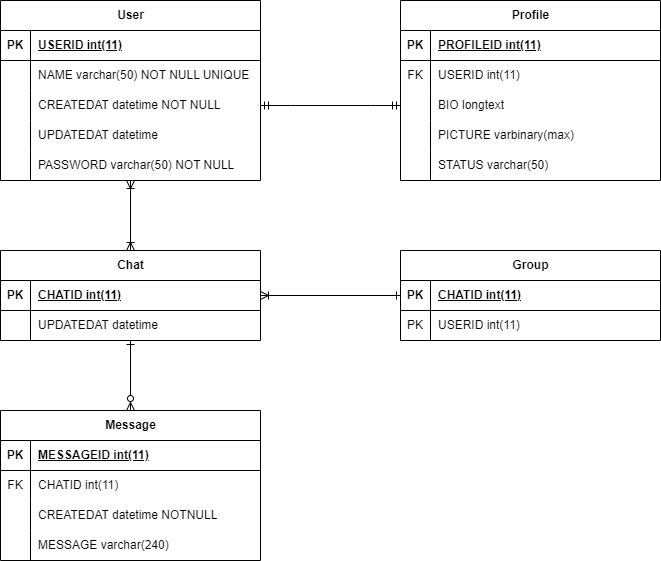
The draw.io diagram ERD.drawio.png in qwerty084/LF8, before a commit. Source tidied: cells renumbered, new cells last; positions are measured from the earlier drawing's top-left corner, leaving out a move shared by most shapes.
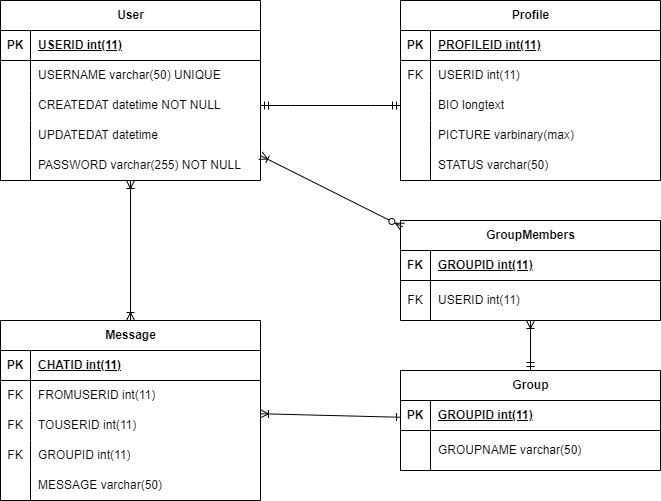
The same diagram one commit later.

Diff of the diagram source:
```diff
@@ -1,4 +1,4 @@
-<mxGraphModel background="#ffffff">
+<mxGraphModel>
   <root>
     <mxCell id="0" />
     <mxCell id="1" parent="0" />
@@ -20,7 +20,7 @@
     <mxCell id="7" style="shape=partialRectangle;fillColor=none;top=0;left=0;bottom=0;right=0;overflow=hidden;whiteSpace=wrap;html=1;" parent="6" vertex="1">
       <mxGeometry width="30" height="30" as="geometry" />
     </mxCell>
-    <mxCell id="8" value="NAME varchar(50) NOT NULL UNIQUE" style="shape=partialRectangle;fillColor=none;top=0;left=0;bottom=0;right=0;align=left;spacingLeft=6;overflow=hidden;whiteSpace=wrap;html=1;" parent="6" vertex="1">
+    <mxCell id="8" value="USERNAME varchar(50) UNIQUE" style="shape=partialRectangle;fillColor=none;top=0;left=0;bottom=0;right=0;align=left;spacingLeft=6;overflow=hidden;whiteSpace=wrap;html=1;" parent="6" vertex="1">
       <mxGeometry x="30" width="230" height="30" as="geometry" />
     </mxCell>
     <mxCell id="9" style="shape=tableRow;horizontal=0;startSize=0;swimlaneHead=0;swimlaneBody=0;fillColor=none;points=[[0,0.5],[1,0.5]];portConstraint=eastwest;top=0;left=0;right=0;bottom=0;" parent="2" vertex="1">
@@ -47,7 +47,7 @@
     <mxCell id="16" style="shape=partialRectangle;fillColor=none;top=0;left=0;bottom=0;right=0;overflow=hidden;whiteSpace=wrap;html=1;" parent="15" vertex="1">
       <mxGeometry width="30" height="30" as="geometry" />
     </mxCell>
-    <mxCell id="17" value="PASSWORD varchar(50) NOT NULL" style="shape=partialRectangle;fillColor=none;top=0;left=0;bottom=0;right=0;align=left;spacingLeft=6;overflow=hidden;whiteSpace=wrap;html=1;" parent="15" vertex="1">
+    <mxCell id="17" value="PASSWORD varchar(255) NOT NULL" style="shape=partialRectangle;fillColor=none;top=0;left=0;bottom=0;right=0;align=left;spacingLeft=6;overflow=hidden;whiteSpace=wrap;html=1;" parent="15" vertex="1">
       <mxGeometry x="30" width="230" height="30" as="geometry" />
     </mxCell>
     <mxCell id="18" value="Profile" style="shape=table;startSize=30;rowLines=0;fontStyle=1;align=center;html=1;" parent="1" vertex="1">
@@ -98,8 +98,8 @@
     <mxCell id="33" value="STATUS varchar(50)" style="shape=partialRectangle;fillColor=none;top=0;left=0;bottom=0;right=0;align=left;spacingLeft=6;overflow=hidden;whiteSpace=wrap;html=1;" parent="31" vertex="1">
       <mxGeometry x="30" width="230" height="30" as="geometry" />
     </mxCell>
-    <mxCell id="34" value="Chat" style="shape=table;startSize=30;rowLines=0;fontStyle=1;align=center;html=1;" parent="1" vertex="1">
-      <mxGeometry y="250" width="260" height="90" as="geometry" />
+    <mxCell id="34" value="Message" style="shape=table;startSize=30;rowLines=0;fontStyle=1;align=center;html=1;" parent="1" vertex="1">
+      <mxGeometry y="320" width="260" height="180" as="geometry" />
     </mxCell>
     <mxCell id="35" style="shape=tableRow;horizontal=0;startSize=0;swimlaneHead=0;swimlaneBody=0;fillColor=none;top=0;left=0;right=0;bottom=1;" parent="34" vertex="1">
       <mxGeometry y="30" width="260" height="30" as="geometry" />
@@ -110,17 +110,44 @@
     <mxCell id="37" value="CHATID int(11)" style="shape=partialRectangle;fillColor=none;top=0;left=0;bottom=0;right=0;align=left;spacingLeft=6;fontStyle=5;overflow=hidden;whiteSpace=wrap;html=1;" parent="35" vertex="1">
       <mxGeometry x="30" width="230" height="30" as="geometry" />
     </mxCell>
+    <mxCell id="52" style="shape=tableRow;horizontal=0;startSize=0;swimlaneHead=0;swimlaneBody=0;fillColor=none;top=0;left=0;right=0;bottom=0;" parent="34" vertex="1">
+      <mxGeometry y="60" width="260" height="30" as="geometry" />
+    </mxCell>
+    <mxCell id="66" value="FK" style="shape=partialRectangle;fillColor=none;top=0;left=0;bottom=0;right=0;overflow=hidden;whiteSpace=wrap;html=1;" parent="52" vertex="1">
+      <mxGeometry width="30" height="30" as="geometry" />
+    </mxCell>
+    <mxCell id="67" value="FROMUSERID int(11)" style="shape=partialRectangle;fillColor=none;top=0;left=0;bottom=0;right=0;align=left;spacingLeft=6;overflow=hidden;whiteSpace=wrap;html=1;" parent="52" vertex="1">
+      <mxGeometry x="30" width="230" height="30" as="geometry" />
+    </mxCell>
+    <mxCell id="55" style="shape=tableRow;horizontal=0;startSize=0;swimlaneHead=0;swimlaneBody=0;fillColor=none;top=0;left=0;right=0;bottom=0;" parent="34" vertex="1">
+      <mxGeometry y="90" width="260" height="30" as="geometry" />
+    </mxCell>
+    <mxCell id="68" value="FK" style="shape=partialRectangle;fillColor=none;top=0;left=0;bottom=0;right=0;overflow=hidden;whiteSpace=wrap;html=1;" parent="55" vertex="1">
+      <mxGeometry width="30" height="30" as="geometry" />
+    </mxCell>
+    <mxCell id="69" value="TOUSERID int(11)" style="shape=partialRectangle;fillColor=none;top=0;left=0;bottom=0;right=0;align=left;spacingLeft=6;overflow=hidden;whiteSpace=wrap;html=1;" parent="55" vertex="1">
+      <mxGeometry x="30" width="230" height="30" as="geometry" />
+    </mxCell>
     <mxCell id="38" style="shape=tableRow;horizontal=0;startSize=0;swimlaneHead=0;swimlaneBody=0;fillColor=none;top=0;left=0;right=0;bottom=0;" parent="34" vertex="1">
-      <mxGeometry y="60" width="260" height="30" as="geometry" />
+      <mxGeometry y="120" width="260" height="30" as="geometry" />
     </mxCell>
-    <mxCell id="39" style="shape=partialRectangle;fillColor=none;top=0;left=0;bottom=0;right=0;overflow=hidden;whiteSpace=wrap;html=1;" parent="38" vertex="1">
+    <mxCell id="39" value="FK" style="shape=partialRectangle;fillColor=none;top=0;left=0;bottom=0;right=0;overflow=hidden;whiteSpace=wrap;html=1;" parent="38" vertex="1">
       <mxGeometry width="30" height="30" as="geometry" />
     </mxCell>
-    <mxCell id="40" value="UPDATEDAT datetime" style="shape=partialRectangle;fillColor=none;top=0;left=0;bottom=0;right=0;align=left;spacingLeft=6;overflow=hidden;whiteSpace=wrap;html=1;" parent="38" vertex="1">
+    <mxCell id="40" value="GROUPID int(11)" style="shape=partialRectangle;fillColor=none;top=0;left=0;bottom=0;right=0;align=left;spacingLeft=6;overflow=hidden;whiteSpace=wrap;html=1;" parent="38" vertex="1">
       <mxGeometry x="30" width="230" height="30" as="geometry" />
     </mxCell>
+    <mxCell id="70" style="shape=tableRow;horizontal=0;startSize=0;swimlaneHead=0;swimlaneBody=0;fillColor=none;top=0;left=0;right=0;bottom=0;" parent="34" vertex="1">
+      <mxGeometry y="150" width="260" height="30" as="geometry" />
+    </mxCell>
+    <mxCell id="71" style="shape=partialRectangle;fillColor=none;top=0;left=0;bottom=0;right=0;overflow=hidden;whiteSpace=wrap;html=1;" parent="70" vertex="1">
+      <mxGeometry width="30" height="30" as="geometry" />
+    </mxCell>
+    <mxCell id="72" value="MESSAGE varchar(50)" style="shape=partialRectangle;fillColor=none;top=0;left=0;bottom=0;right=0;align=left;spacingLeft=6;overflow=hidden;whiteSpace=wrap;html=1;" parent="70" vertex="1">
+      <mxGeometry x="30" width="230" height="30" as="geometry" />
+    </mxCell>
     <mxCell id="41" value="Group" style="shape=table;startSize=30;rowLines=0;fontStyle=1;align=center;html=1;" parent="1" vertex="1">
-      <mxGeometry x="400" y="250" width="260" height="90" as="geometry" />
+      <mxGeometry x="400" y="370" width="260" height="100" as="geometry" />
     </mxCell>
     <mxCell id="42" style="shape=tableRow;horizontal=0;startSize=0;swimlaneHead=0;swimlaneBody=0;fillColor=none;top=0;left=0;right=0;bottom=1;" parent="41" vertex="1">
       <mxGeometry y="30" width="260" height="30" as="geometry" />
@@ -128,57 +155,18 @@
     <mxCell id="43" value="PK" style="shape=partialRectangle;fillColor=none;top=0;left=0;bottom=0;right=0;fontStyle=1;overflow=hidden;whiteSpace=wrap;html=1;" parent="42" vertex="1">
       <mxGeometry width="30" height="30" as="geometry" />
     </mxCell>
-    <mxCell id="44" value="CHATID int(11)" style="shape=partialRectangle;fillColor=none;top=0;left=0;bottom=0;right=0;align=left;spacingLeft=6;fontStyle=5;overflow=hidden;whiteSpace=wrap;html=1;" parent="42" vertex="1">
+    <mxCell id="44" value="GROUPID int(11)" style="shape=partialRectangle;fillColor=none;top=0;left=0;bottom=0;right=0;align=left;spacingLeft=6;fontStyle=5;overflow=hidden;whiteSpace=wrap;html=1;" parent="42" vertex="1">
       <mxGeometry x="30" width="230" height="30" as="geometry" />
     </mxCell>
     <mxCell id="45" style="shape=tableRow;horizontal=0;startSize=0;swimlaneHead=0;swimlaneBody=0;fillColor=none;top=0;left=0;right=0;bottom=0;" parent="41" vertex="1">
-      <mxGeometry y="60" width="260" height="30" as="geometry" />
+      <mxGeometry y="60" width="260" height="40" as="geometry" />
     </mxCell>
-    <mxCell id="46" value="PK" style="shape=partialRectangle;fillColor=none;top=0;left=0;bottom=0;right=0;overflow=hidden;whiteSpace=wrap;html=1;" parent="45" vertex="1">
-      <mxGeometry width="30" height="30" as="geometry" />
+    <mxCell id="46" value="&lt;br&gt;" style="shape=partialRectangle;fillColor=none;top=0;left=0;bottom=0;right=0;overflow=hidden;whiteSpace=wrap;html=1;" parent="45" vertex="1">
+      <mxGeometry width="30" height="40" as="geometry" />
     </mxCell>
-    <mxCell id="47" value="USERID int(11)" style="shape=partialRectangle;fillColor=none;top=0;left=0;bottom=0;right=0;align=left;spacingLeft=6;overflow=hidden;whiteSpace=wrap;html=1;" parent="45" vertex="1">
-      <mxGeometry x="30" width="230" height="30" as="geometry" />
+    <mxCell id="47" value="GROUPNAME varchar(50)" style="shape=partialRectangle;fillColor=none;top=0;left=0;bottom=0;right=0;align=left;spacingLeft=6;overflow=hidden;whiteSpace=wrap;html=1;" parent="45" vertex="1">
+      <mxGeometry x="30" width="230" height="40" as="geometry" />
     </mxCell>
-    <mxCell id="48" value="Message" style="shape=table;startSize=30;rowLines=0;fontStyle=1;align=center;html=1;" parent="1" vertex="1">
-      <mxGeometry y="410" width="260" height="150" as="geometry" />
-    </mxCell>
-    <mxCell id="49" style="shape=tableRow;horizontal=0;startSize=0;swimlaneHead=0;swimlaneBody=0;fillColor=none;top=0;left=0;right=0;bottom=1;" parent="48" vertex="1">
-      <mxGeometry y="30" width="260" height="30" as="geometry" />
-    </mxCell>
-    <mxCell id="50" value="PK" style="shape=partialRectangle;fillColor=none;top=0;left=0;bottom=0;right=0;fontStyle=1;overflow=hidden;whiteSpace=wrap;html=1;" parent="49" vertex="1">
-      <mxGeometry width="30" height="30" as="geometry" />
-    </mxCell>
-    <mxCell id="51" value="MESSAGEID int(11)" style="shape=partialRectangle;fillColor=none;top=0;left=0;bottom=0;right=0;align=left;spacingLeft=6;fontStyle=5;overflow=hidden;whiteSpace=wrap;html=1;" parent="49" vertex="1">
-      <mxGeometry x="30" width="230" height="30" as="geometry" />
-    </mxCell>
-    <mxCell id="52" style="shape=tableRow;horizontal=0;startSize=0;swimlaneHead=0;swimlaneBody=0;fillColor=none;top=0;left=0;right=0;bottom=0;" parent="48" vertex="1">
-      <mxGeometry y="60" width="260" height="30" as="geometry" />
-    </mxCell>
-    <mxCell id="53" value="FK&lt;br&gt;" style="shape=partialRectangle;fillColor=none;top=0;left=0;bottom=0;right=0;overflow=hidden;whiteSpace=wrap;html=1;" parent="52" vertex="1">
-      <mxGeometry width="30" height="30" as="geometry" />
-    </mxCell>
-    <mxCell id="54" value="CHATID int(11)" style="shape=partialRectangle;fillColor=none;top=0;left=0;bottom=0;right=0;align=left;spacingLeft=6;overflow=hidden;whiteSpace=wrap;html=1;" parent="52" vertex="1">
-      <mxGeometry x="30" width="230" height="30" as="geometry" />
-    </mxCell>
-    <mxCell id="55" style="shape=tableRow;horizontal=0;startSize=0;swimlaneHead=0;swimlaneBody=0;fillColor=none;top=0;left=0;right=0;bottom=0;" parent="48" vertex="1">
-      <mxGeometry y="90" width="260" height="30" as="geometry" />
-    </mxCell>
-    <mxCell id="56" style="shape=partialRectangle;fillColor=none;top=0;left=0;bottom=0;right=0;overflow=hidden;whiteSpace=wrap;html=1;" parent="55" vertex="1">
-      <mxGeometry width="30" height="30" as="geometry" />
-    </mxCell>
-    <mxCell id="57" value="CREATEDAT datetime NOTNULL" style="shape=partialRectangle;fillColor=none;top=0;left=0;bottom=0;right=0;align=left;spacingLeft=6;overflow=hidden;whiteSpace=wrap;html=1;" parent="55" vertex="1">
-      <mxGeometry x="30" width="230" height="30" as="geometry" />
-    </mxCell>
-    <mxCell id="58" style="shape=tableRow;horizontal=0;startSize=0;swimlaneHead=0;swimlaneBody=0;fillColor=none;top=0;left=0;right=0;bottom=0;" parent="48" vertex="1">
-      <mxGeometry y="120" width="260" height="30" as="geometry" />
-    </mxCell>
-    <mxCell id="59" style="shape=partialRectangle;fillColor=none;top=0;left=0;bottom=0;right=0;overflow=hidden;whiteSpace=wrap;html=1;" parent="58" vertex="1">
-      <mxGeometry width="30" height="30" as="geometry" />
-    </mxCell>
-    <mxCell id="60" value="MESSAGE varchar(240)" style="shape=partialRectangle;fillColor=none;top=0;left=0;bottom=0;right=0;align=left;spacingLeft=6;overflow=hidden;whiteSpace=wrap;html=1;" parent="58" vertex="1">
-      <mxGeometry x="30" width="230" height="30" as="geometry" />
-    </mxCell>
     <mxCell id="61" style="edgeStyle=entityRelationEdgeStyle;fontSize=12;html=1;endArrow=ERmandOne;startArrow=ERmandOne;rounded=0;" parent="1" edge="1" source="9" target="25">
       <mxGeometry relative="1" as="geometry" />
     </mxCell>
@@ -188,11 +176,35 @@
     <mxCell id="63" style="edgeStyle=none;jettySize=auto;html=1;rounded=0;startArrow=ERoneToMany;startFill=0;endArrow=ERoneToMany;endFill=0;" parent="1" edge="1" source="2" target="34">
       <mxGeometry relative="1" as="geometry" />
     </mxCell>
-    <mxCell id="64" style="edgeStyle=none;jettySize=auto;html=1;rounded=0;startArrow=ERone;startFill=0;endArrow=ERzeroToMany;endFill=0;" parent="1" edge="1" source="34" target="48">
-      <mxGeometry relative="1" as="geometry" />
-    </mxCell>
     <mxCell id="65" style="edgeStyle=none;jettySize=auto;html=1;rounded=0;endArrow=ERone;endFill=0;startArrow=ERoneToMany;startFill=0;" parent="1" edge="1" source="34" target="41">
       <mxGeometry relative="1" as="geometry" />
     </mxCell>
+    <mxCell id="73" value="GroupMembers" style="shape=table;startSize=30;rowLines=0;fontStyle=1;align=center;html=1;" parent="1" vertex="1">
+      <mxGeometry x="400" y="220" width="260" height="100" as="geometry" />
+    </mxCell>
+    <mxCell id="49" style="shape=tableRow;horizontal=0;startSize=0;swimlaneHead=0;swimlaneBody=0;fillColor=none;top=0;left=0;right=0;bottom=1;" parent="73" vertex="1">
+      <mxGeometry y="30" width="260" height="30" as="geometry" />
+    </mxCell>
+    <mxCell id="74" value="FK&lt;span style=&quot;white-space: pre;&quot;&gt;&#9;&lt;/span&gt;" style="shape=partialRectangle;fillColor=none;top=0;left=0;bottom=0;right=0;fontStyle=1;overflow=hidden;whiteSpace=wrap;html=1;" parent="49" vertex="1">
+      <mxGeometry width="30" height="30" as="geometry" />
+    </mxCell>
+    <mxCell id="75" value="GROUPID int(11)" style="shape=partialRectangle;fillColor=none;top=0;left=0;bottom=0;right=0;align=left;spacingLeft=6;fontStyle=5;overflow=hidden;whiteSpace=wrap;html=1;" parent="49" vertex="1">
+      <mxGeometry x="30" width="230" height="30" as="geometry" />
+    </mxCell>
+    <mxCell id="76" style="shape=tableRow;horizontal=0;startSize=0;swimlaneHead=0;swimlaneBody=0;fillColor=none;top=0;left=0;right=0;bottom=0;" parent="73" vertex="1">
+      <mxGeometry y="60" width="260" height="40" as="geometry" />
+    </mxCell>
+    <mxCell id="77" value="FK" style="shape=partialRectangle;fillColor=none;top=0;left=0;bottom=0;right=0;overflow=hidden;whiteSpace=wrap;html=1;" parent="76" vertex="1">
+      <mxGeometry width="30" height="40" as="geometry" />
+    </mxCell>
+    <mxCell id="78" value="USERID int(11)" style="shape=partialRectangle;fillColor=none;top=0;left=0;bottom=0;right=0;align=left;spacingLeft=6;overflow=hidden;whiteSpace=wrap;html=1;" parent="76" vertex="1">
+      <mxGeometry x="30" width="230" height="40" as="geometry" />
+    </mxCell>
+    <mxCell id="79" style="edgeStyle=none;jettySize=auto;html=1;rounded=0;endArrow=ERoneToMany;endFill=0;startArrow=ERmandOne;startFill=0;" parent="1" edge="1" source="41" target="73">
+      <mxGeometry relative="1" as="geometry" />
+    </mxCell>
+    <mxCell id="80" style="edgeStyle=none;jettySize=auto;html=1;rounded=0;entryX=0.008;entryY=0.063;entryDx=0;entryDy=0;entryPerimeter=0;endArrow=ERzeroToMany;endFill=0;startArrow=ERoneToMany;startFill=0;" parent="1" edge="1" source="2" target="73">
+      <mxGeometry relative="1" as="geometry" />
+    </mxCell>
   </root>
 </mxGraphModel>
```
